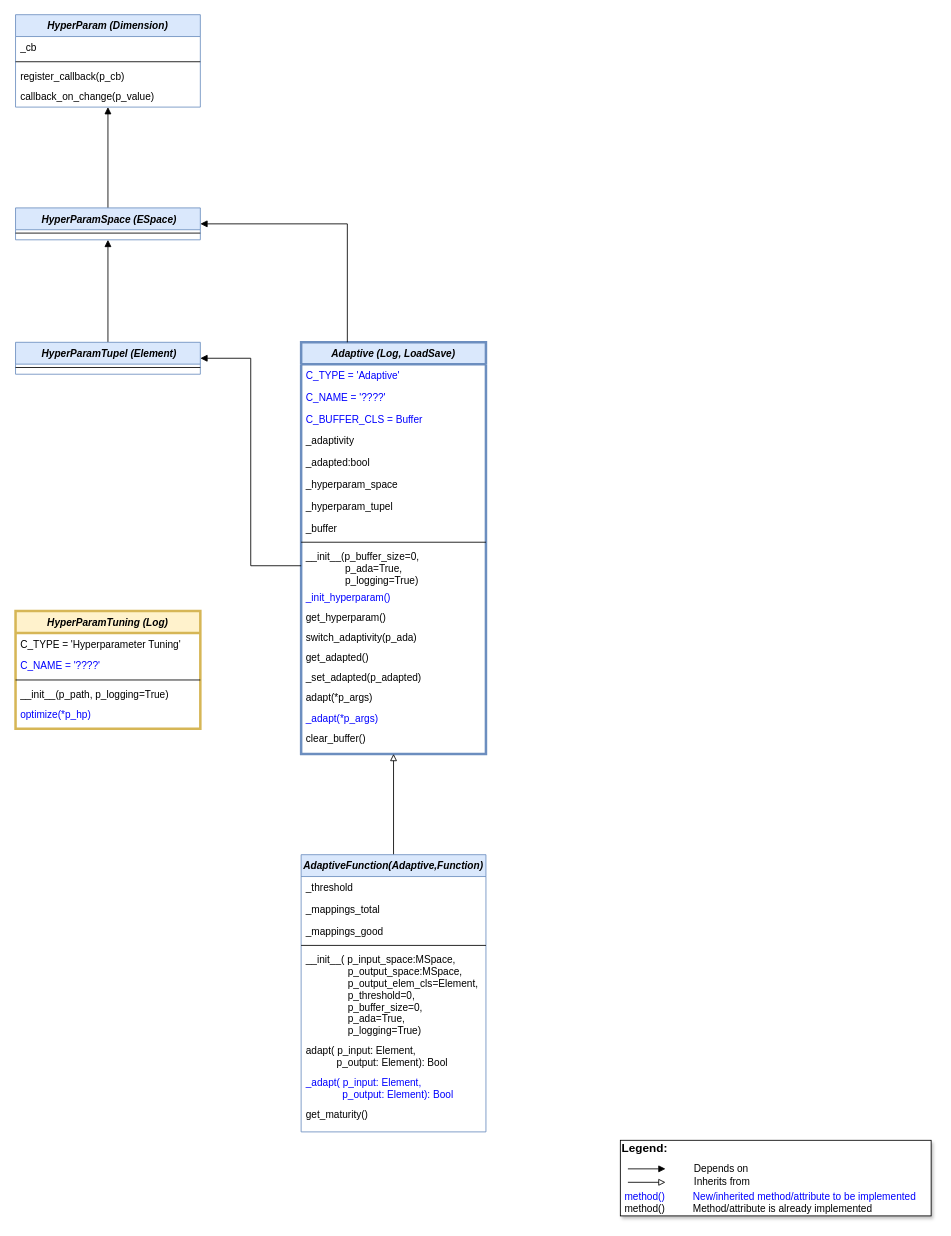
The draw.io diagram doc/bf/MLPro-BF-ML class diagram.drawio in fhswf/MLPro, before the edit. Source tidied: cells renumbered, new cells numbered last; positions are measured from the earlier drawing's top-left corner, leaving out a move shared by most shapes. Both pictures are drawn from the tidied source at 84%, with x=0, y=0 at pixel (15, 14).
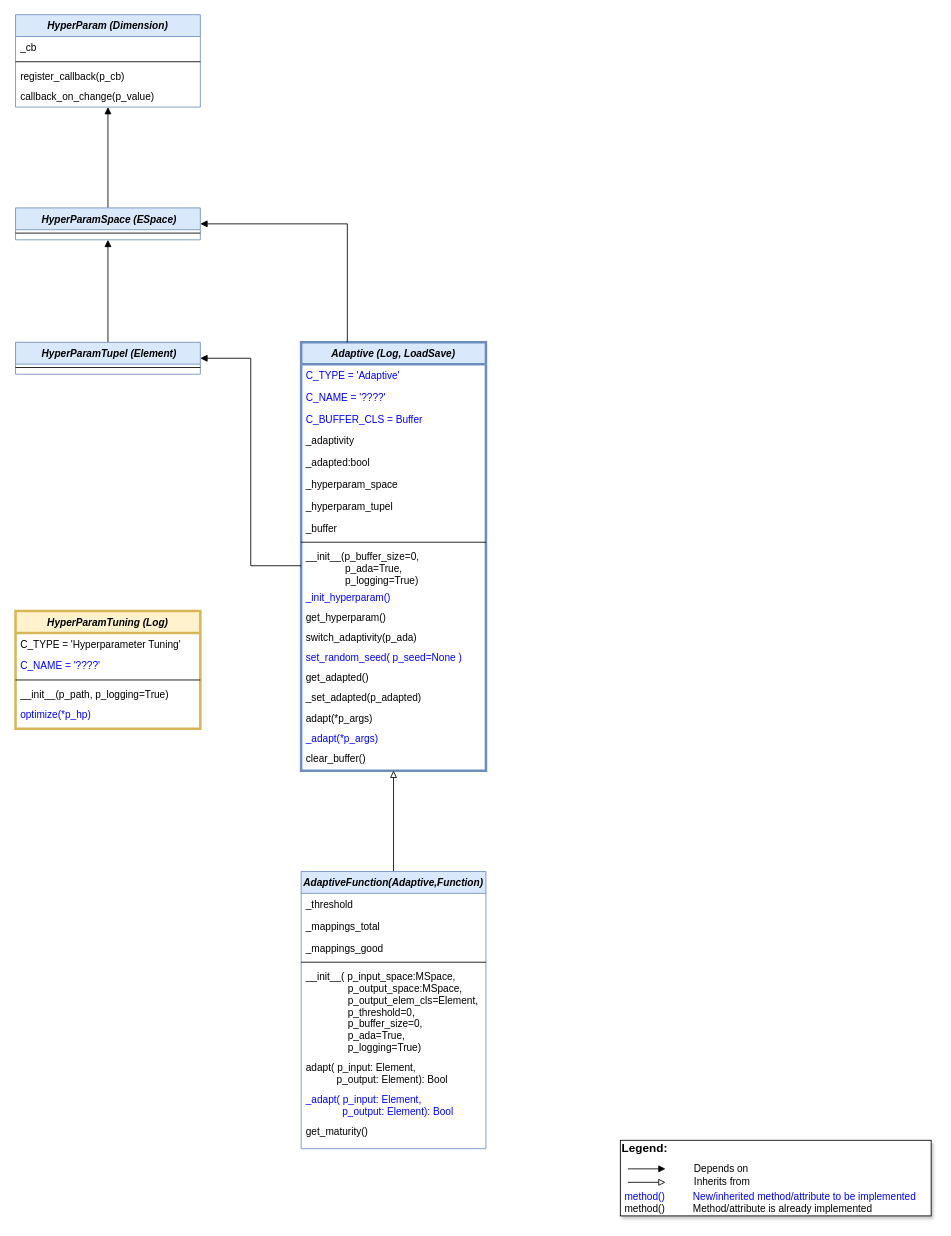
The same diagram, later.

What changed in the source:
```diff
@@
     <mxCell id="6" value="Adaptive (Log, LoadSave)" style="swimlane;fontStyle=3;align=center;verticalAlign=top;horizontal=1;startSize=26;rounded=0;shadow=0;strokeWidth=3;fillColor=#dae8fc;strokeColor=#6c8ebf;" parent="1" vertex="1">
-      <mxGeometry x="340" y="390" width="220" height="490" as="geometry" />
+      <mxGeometry x="340" y="390" width="220" height="510" as="geometry" />
     </mxCell>
@@
+    <mxCell id="54" value="set_random_seed( p_seed=None )" style="text;align=left;verticalAlign=top;spacingLeft=4;spacingRight=4;overflow=hidden;fontColor=#0000FF;" parent="6" vertex="1">
+      <mxGeometry y="362" width="220" height="24" as="geometry" />
+    </mxCell>
     <mxCell id="20" value="get_adapted()" style="text;align=left;verticalAlign=top;spacingLeft=4;spacingRight=4;overflow=hidden;" parent="6" vertex="1">
-      <mxGeometry y="362" width="220" height="24" as="geometry" />
+      <mxGeometry y="386" width="220" height="24" as="geometry" />
     </mxCell>
     <mxCell id="21" value="_set_adapted(p_adapted)" style="text;align=left;verticalAlign=top;spacingLeft=4;spacingRight=4;overflow=hidden;" parent="6" vertex="1">
-      <mxGeometry y="386" width="220" height="24" as="geometry" />
+      <mxGeometry y="410" width="220" height="24" as="geometry" />
     </mxCell>
     <mxCell id="22" value="adapt(*p_args)" style="text;align=left;verticalAlign=top;spacingLeft=4;spacingRight=4;overflow=hidden;" parent="6" vertex="1">
-      <mxGeometry y="410" width="220" height="24" as="geometry" />
+      <mxGeometry y="434" width="220" height="24" as="geometry" />
     </mxCell>
     <mxCell id="23" value="_adapt(*p_args)" style="text;align=left;verticalAlign=top;spacingLeft=4;spacingRight=4;overflow=hidden;fontColor=#0000FF;" parent="6" vertex="1">
-      <mxGeometry y="434" width="220" height="24" as="geometry" />
+      <mxGeometry y="458" width="220" height="24" as="geometry" />
     </mxCell>
     <mxCell id="24" value="clear_buffer()" style="text;align=left;verticalAlign=top;spacingLeft=4;spacingRight=4;overflow=hidden;" parent="6" vertex="1">
-      <mxGeometry y="458" width="220" height="24" as="geometry" />
+      <mxGeometry y="482" width="220" height="24" as="geometry" />
     </mxCell>
@@
     <mxCell id="45" value="AdaptiveFunction(Adaptive,Function)" style="swimlane;fontStyle=3;align=center;verticalAlign=top;horizontal=1;startSize=26;rounded=0;shadow=0;strokeWidth=1;fillColor=#dae8fc;strokeColor=#6c8ebf;" parent="1" vertex="1">
-      <mxGeometry x="340" y="1000" width="220" height="330" as="geometry" />
+      <mxGeometry x="340" y="1020" width="220" height="330" as="geometry" />
     </mxCell>
```
